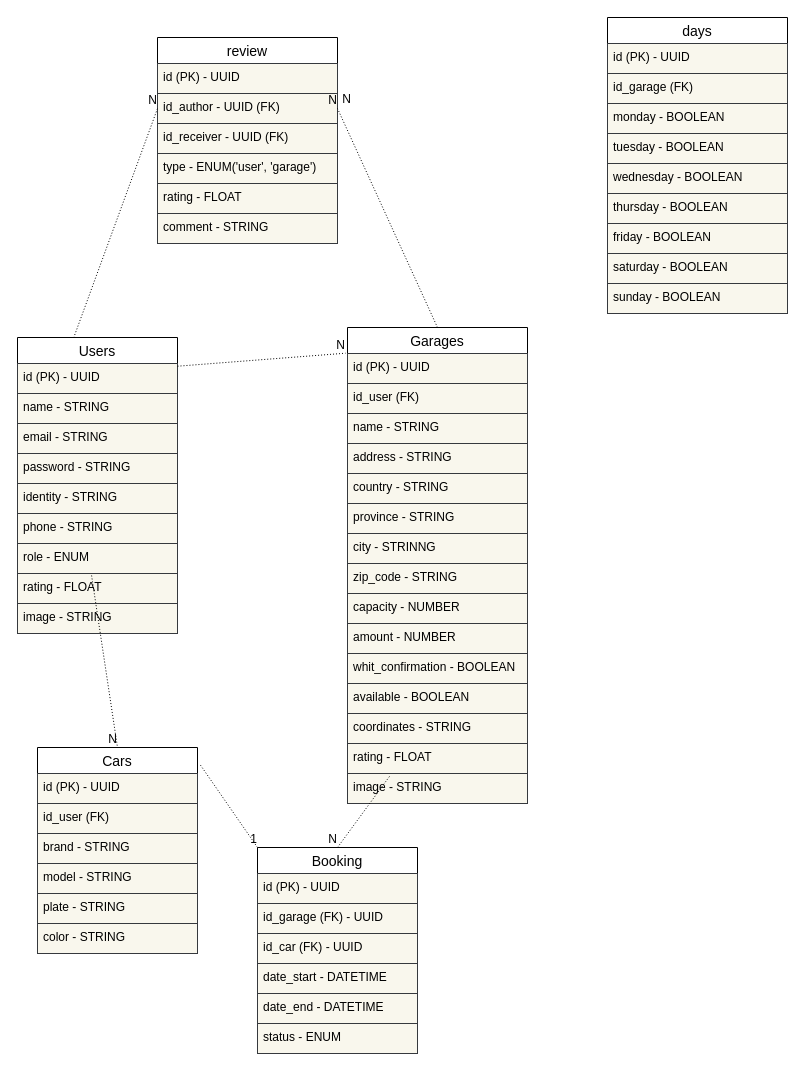
This is backend/relationalDiagram.drawio from No-Country/s13-04-t-node-react, a draw.io file, before an edit. Source tidied: cells renumbered, new cells numbered last; positions are measured from the earlier drawing's top-left corner, leaving out a move shared by most shapes. Both pictures are drawn from the tidied source at 100%, with x=0, y=0 at pixel (17, 17).
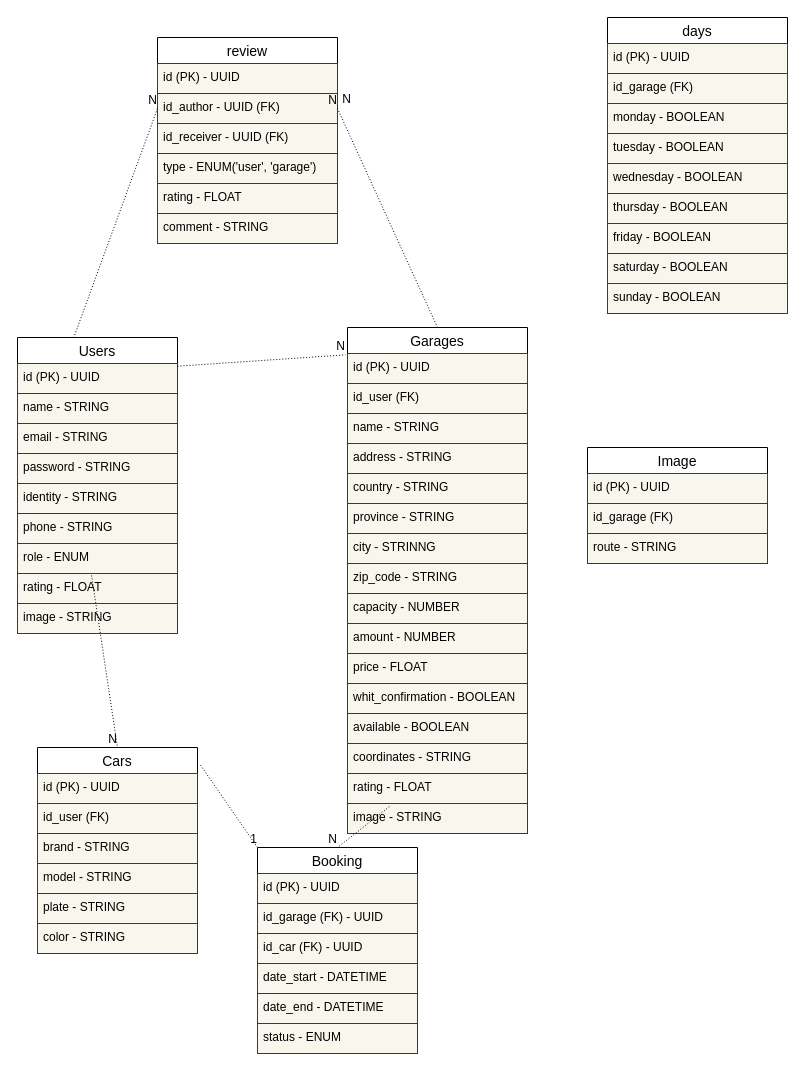
After the change.

Commit message (it also covers changes not shown here):
Post images in garage and fix model

Diff of the diagram source:
```diff
@@
     <mxCell id="12" value="Garages" style="swimlane;fontStyle=0;horizontal=1;startSize=26;align=center;fontSize=14;" parent="1" vertex="1">
-      <mxGeometry x="330" y="310" width="180" height="476" as="geometry" />
+      <mxGeometry x="330" y="310" width="180" height="506" as="geometry" />
     </mxCell>
@@
+    <mxCell id="72" value="price - FLOAT" style="text;strokeColor=#36393d;fillColor=#f9f7ed;spacingLeft=4;spacingRight=4;overflow=hidden;fontSize=12;fontColor=#000000;" parent="12" vertex="1">
+      <mxGeometry y="326" width="180" height="30" as="geometry" />
+    </mxCell>
     <mxCell id="23" value="whit_confirmation - BOOLEAN" style="text;strokeColor=#36393d;fillColor=#f9f7ed;spacingLeft=4;spacingRight=4;overflow=hidden;fontSize=12;fontColor=#000000;" parent="12" vertex="1">
-      <mxGeometry y="326" width="180" height="30" as="geometry" />
+      <mxGeometry y="356" width="180" height="30" as="geometry" />
     </mxCell>
     <mxCell id="24" value="available - BOOLEAN" style="text;strokeColor=#36393d;fillColor=#f9f7ed;spacingLeft=4;spacingRight=4;overflow=hidden;fontSize=12;fontColor=#000000;" parent="12" vertex="1">
-      <mxGeometry y="356" width="180" height="30" as="geometry" />
+      <mxGeometry y="386" width="180" height="30" as="geometry" />
     </mxCell>
     <mxCell id="25" value="coordinates - STRING" style="text;strokeColor=#36393d;fillColor=#f9f7ed;spacingLeft=4;spacingRight=4;overflow=hidden;fontSize=12;fontColor=#000000;" parent="12" vertex="1">
-      <mxGeometry y="386" width="180" height="30" as="geometry" />
+      <mxGeometry y="416" width="180" height="30" as="geometry" />
     </mxCell>
     <mxCell id="26" value="rating - FLOAT" style="text;strokeColor=#36393d;fillColor=#f9f7ed;spacingLeft=4;spacingRight=4;overflow=hidden;points=[[0,0.5],[1,0.5]];portConstraint=eastwest;fontSize=12;fontColor=#000000;" parent="12" vertex="1">
-      <mxGeometry y="416" width="180" height="30" as="geometry" />
+      <mxGeometry y="446" width="180" height="30" as="geometry" />
     </mxCell>
     <mxCell id="27" value="image - STRING" style="text;strokeColor=#36393d;fillColor=#f9f7ed;spacingLeft=4;spacingRight=4;overflow=hidden;fontSize=12;fontColor=#000000;" parent="12" vertex="1">
-      <mxGeometry y="446" width="180" height="30" as="geometry" />
+      <mxGeometry y="476" width="180" height="30" as="geometry" />
     </mxCell>
@@
+    <mxCell id="73" value="Image" style="swimlane;fontStyle=0;horizontal=1;startSize=26;align=center;fontSize=14;" parent="1" vertex="1">
+      <mxGeometry x="570" y="430" width="180" height="116" as="geometry" />
+    </mxCell>
+    <mxCell id="74" value="id (PK) - UUID" style="text;strokeColor=#36393d;fillColor=#f9f7ed;spacingLeft=4;spacingRight=4;overflow=hidden;fontSize=12;fontColor=#000000;" parent="73" vertex="1">
+      <mxGeometry y="26" width="180" height="30" as="geometry" />
+    </mxCell>
+    <mxCell id="75" value="id_garage (FK)" style="text;strokeColor=#36393d;fillColor=#f9f7ed;spacingLeft=4;spacingRight=4;overflow=hidden;fontSize=12;fontColor=#000000;" parent="73" vertex="1">
+      <mxGeometry y="56" width="180" height="30" as="geometry" />
+    </mxCell>
+    <mxCell id="76" value="route - STRING" style="text;strokeColor=#36393d;fillColor=#f9f7ed;spacingLeft=4;spacingRight=4;overflow=hidden;fontSize=12;fontColor=#000000;" parent="73" vertex="1">
+      <mxGeometry y="86" width="180" height="30" as="geometry" />
+    </mxCell>
```
